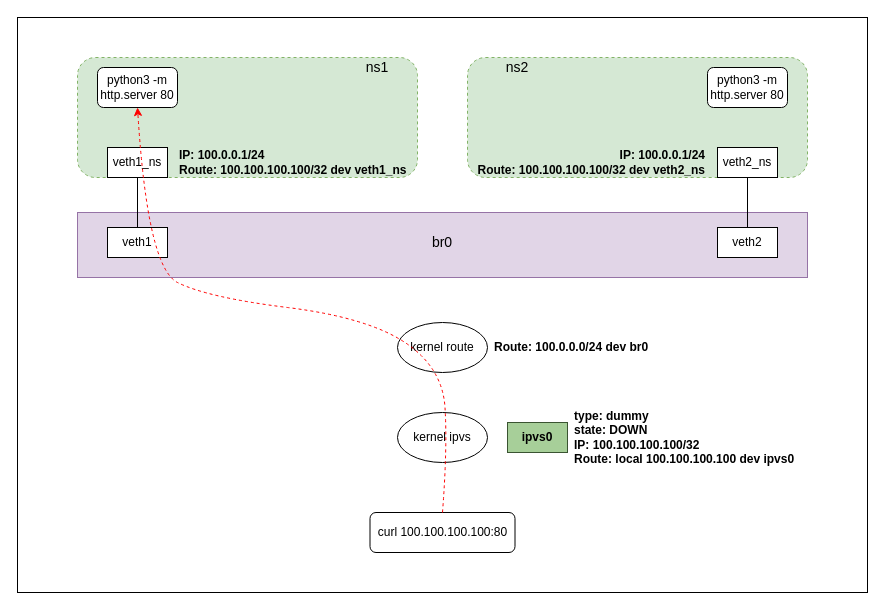
This is page "ipvs-test-topo" (2 of 3) of loadbalance.drawio from Richard-Joe/draw-io, a draw.io file, before an edit. Source tidied: cells renumbered, new cells numbered last; positions are measured from the earlier drawing's top-left corner, leaving out a move shared by most shapes. Both pictures are drawn from the tidied source at 100%, with x=0, y=0 at pixel (17, 17).
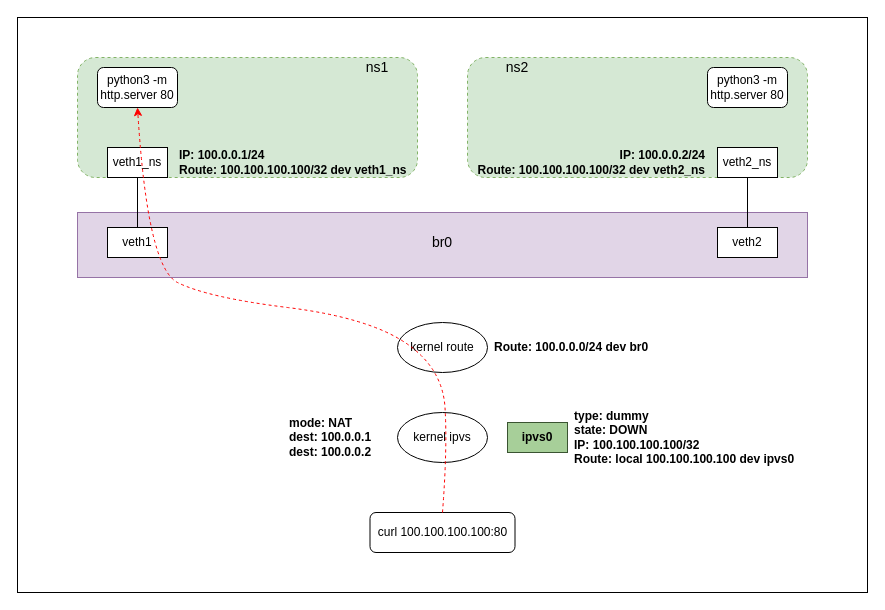
The same diagram, later.

What changed in the source:
```diff
@@
-    <mxCell id="18" value="&lt;b&gt;IP: 100.0.0.1/24&lt;br&gt;Route:&amp;nbsp;100.100.100.100/32 dev veth2_ns&lt;/b&gt;" style="text;html=1;strokeColor=none;fillColor=none;align=right;verticalAlign=middle;whiteSpace=wrap;rounded=0;" parent="1" vertex="1">
+    <mxCell id="18" value="&lt;b&gt;IP: 100.0.0.2/24&lt;br&gt;Route:&amp;nbsp;100.100.100.100/32 dev veth2_ns&lt;/b&gt;" style="text;html=1;strokeColor=none;fillColor=none;align=right;verticalAlign=middle;whiteSpace=wrap;rounded=0;" parent="1" vertex="1">
       <mxGeometry x="450" y="130" width="240" height="30" as="geometry" />
     </mxCell>
@@
+    <mxCell id="26" value="&lt;b&gt;mode: NAT&lt;br&gt;dest: 100.0.0.1&lt;br&gt;dest: 100.0.0.2&lt;br&gt;&lt;/b&gt;" style="text;html=1;strokeColor=none;fillColor=none;align=left;verticalAlign=middle;whiteSpace=wrap;rounded=0;" parent="1" vertex="1">
+      <mxGeometry x="270" y="390" width="100" height="60" as="geometry" />
+    </mxCell>
```
